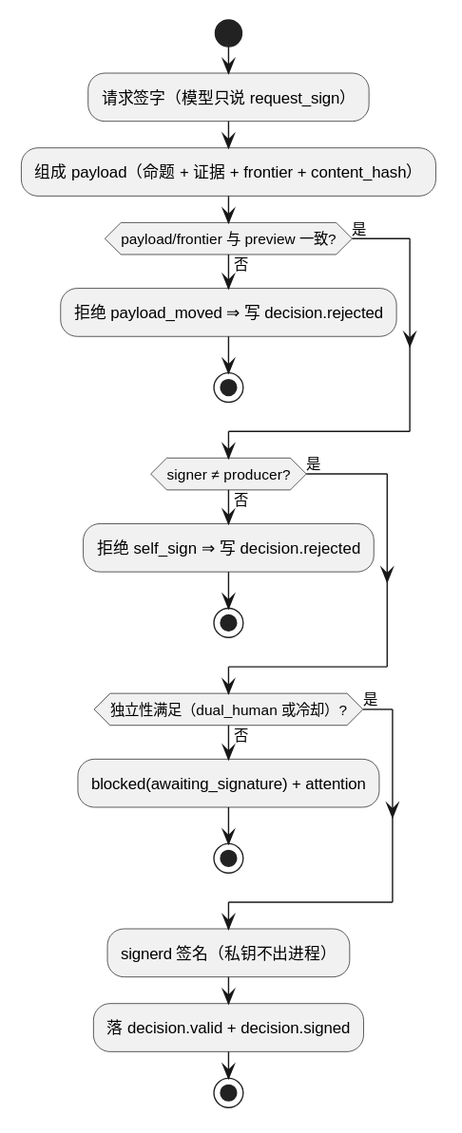
The PlantUML diagram design/diagrams/p10-sign.svg in raitpor/dsh-software-dev-office, before a commit.
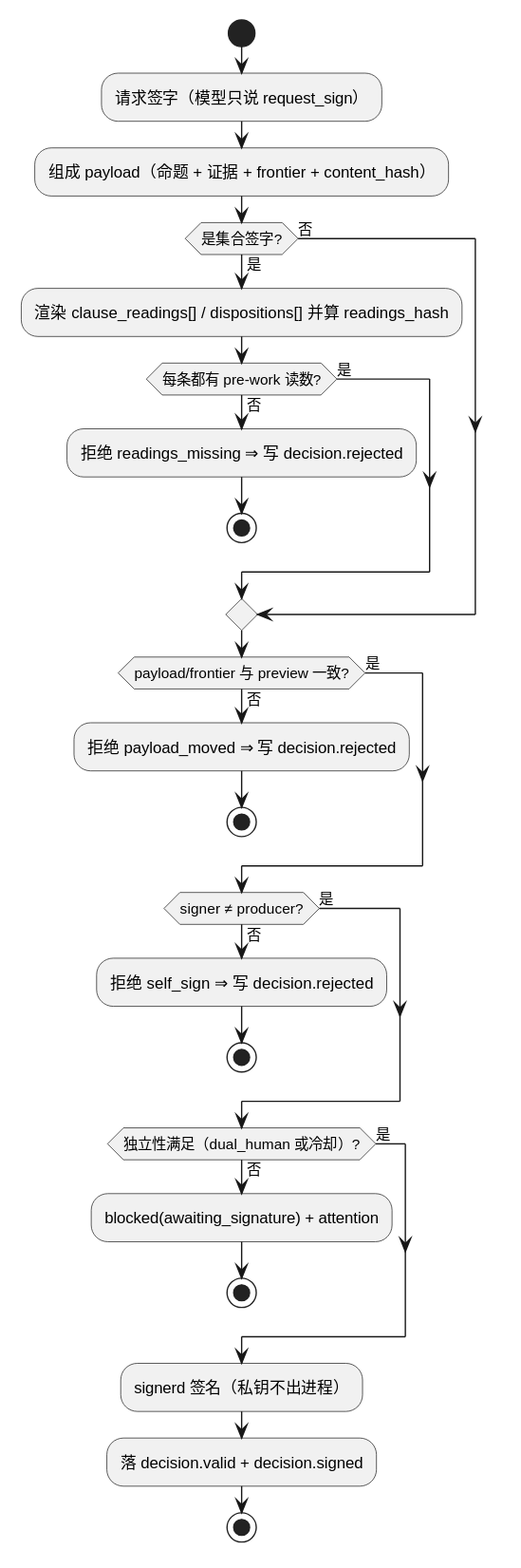
The same file after the commit.

Commit message:
docs+design+check: 第三十二/三十三轮评审收口（P10 集合签字渲染 clause_readings、R34 去重、台账作用域更正）

The edit, as a diff of the source:
```diff
@@ -2,6 +2,15 @@
 start
 :请求签字（模型只说 request_sign）;
 :组成 payload（命题 + 证据 + frontier + content_hash）;
+if (是集合签字?) then (是)
+  :渲染 clause_readings[] / dispositions[] 并算 readings_hash;
+  if (每条都有 pre-work 读数?) then (否)
+    :拒绝 readings_missing ⇒ 写 decision.rejected;
+    stop
+  else (是)
+  endif
+else (否)
+endif
 if (payload/frontier 与 preview 一致?) then (否)
   :拒绝 payload_moved ⇒ 写 decision.rejected;
   stop
```
